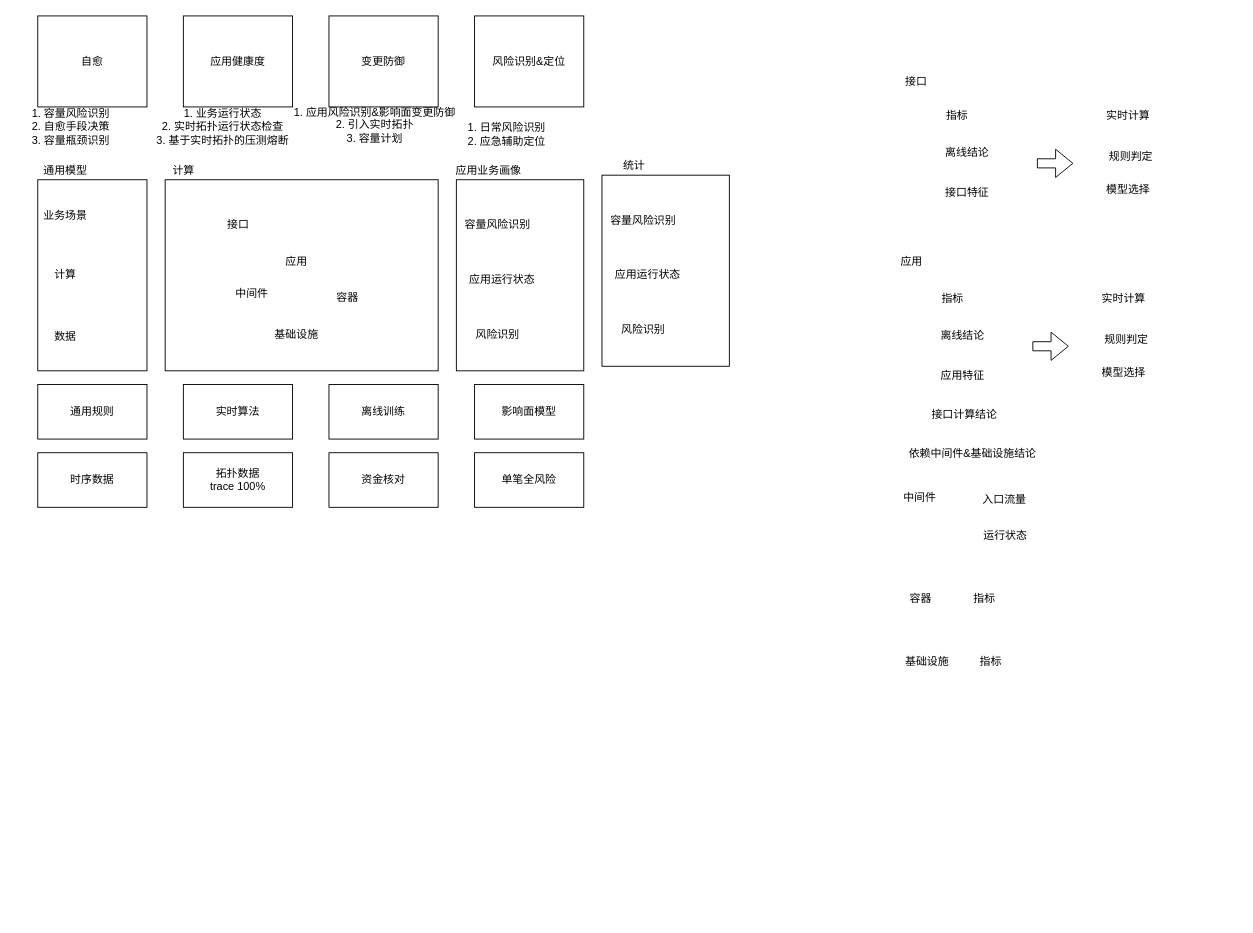
This is 应用画像大图.drawio from frankneu/draw.io, a draw.io file, before an edit. Source tidied: cells renumbered, new cells numbered last; positions are measured from the earlier drawing's top-left corner, leaving out a move shared by most shapes. Both pictures are drawn from the tidied source at 91%, with x=0, y=0 at pixel (25, 15).
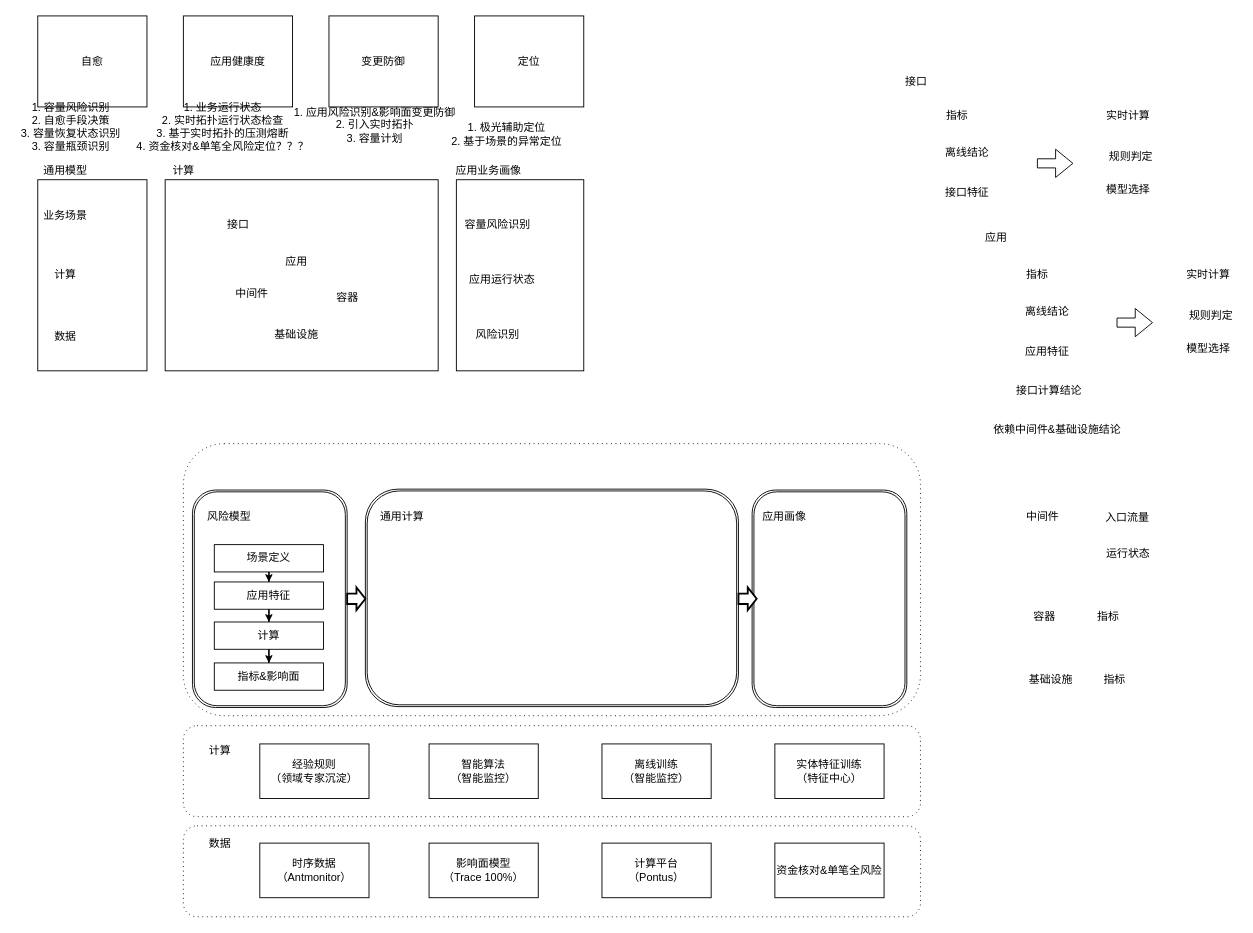
The same page after the edit.

Commit message:
Update 应用画像大图.drawio

Diff of the diagram source:
```diff
@@
+    <mxCell id="65" style="shape=ext;rounded=1;html=1;whiteSpace=wrap;dashed=1;dashPattern=1 4;" parent="1" vertex="1">
+      <mxGeometry x="174" y="470" width="810" height="299" as="geometry" />
+    </mxCell>
+    <mxCell id="66" style="shape=ext;rounded=1;html=1;whiteSpace=wrap;dashed=1;dashPattern=1 4;" parent="1" vertex="1">
+      <mxGeometry x="174" y="780" width="810" height="100" as="geometry" />
+    </mxCell>
+    <mxCell id="67" style="shape=ext;rounded=1;html=1;whiteSpace=wrap;dashed=1;dashPattern=1 4;" parent="1" vertex="1">
+      <mxGeometry x="174" y="890" width="810" height="100" as="geometry" />
+    </mxCell>
-    <mxCell id="2" value="时序数据" style="rounded=0;whiteSpace=wrap;html=1;" parent="1" vertex="1">
-      <mxGeometry x="14" y="480" width="120" height="60" as="geometry" />
+    <mxCell id="2" value="时序数据&lt;br&gt;（Antmonitor）" style="rounded=0;whiteSpace=wrap;html=1;" parent="1" vertex="1">
+      <mxGeometry x="258" y="909" width="120" height="60" as="geometry" />
     </mxCell>
-    <mxCell id="3" value="拓扑数据&lt;br&gt;trace 100%" style="rounded=0;whiteSpace=wrap;html=1;" parent="1" vertex="1">
-      <mxGeometry x="174" y="480" width="120" height="60" as="geometry" />
+    <mxCell id="3" value="影响面模型&lt;br&gt;（Trace 100%）" style="rounded=0;whiteSpace=wrap;html=1;" parent="1" vertex="1">
+      <mxGeometry x="444" y="909" width="120" height="60" as="geometry" />
     </mxCell>
-    <mxCell id="4" value="资金核对" style="rounded=0;whiteSpace=wrap;html=1;" parent="1" vertex="1">
-      <mxGeometry x="334" y="480" width="120" height="60" as="geometry" />
+    <mxCell id="4" value="计算平台&lt;br&gt;（Pontus）" style="rounded=0;whiteSpace=wrap;html=1;" parent="1" vertex="1">
+      <mxGeometry x="634" y="909" width="120" height="60" as="geometry" />
     </mxCell>
-    <mxCell id="5" value="单笔全风险" style="rounded=0;whiteSpace=wrap;html=1;" parent="1" vertex="1">
-      <mxGeometry x="494" y="480" width="120" height="60" as="geometry" />
-    </mxCell>
-    <mxCell id="6" value="通用规则" style="rounded=0;whiteSpace=wrap;html=1;" parent="1" vertex="1">
-      <mxGeometry x="14" y="405" width="120" height="60" as="geometry" />
+    <mxCell id="6" value="经验规则&lt;br&gt;（领域专家沉淀）" style="rounded=0;whiteSpace=wrap;html=1;" parent="1" vertex="1">
+      <mxGeometry x="258" y="800" width="120" height="60" as="geometry" />
     </mxCell>
-    <mxCell id="7" value="实时算法" style="rounded=0;whiteSpace=wrap;html=1;" parent="1" vertex="1">
-      <mxGeometry x="174" y="405" width="120" height="60" as="geometry" />
+    <mxCell id="7" value="智能算法&lt;br&gt;（智能监控）" style="rounded=0;whiteSpace=wrap;html=1;" parent="1" vertex="1">
+      <mxGeometry x="444" y="800" width="120" height="60" as="geometry" />
     </mxCell>
-    <mxCell id="8" value="离线训练" style="rounded=0;whiteSpace=wrap;html=1;" parent="1" vertex="1">
-      <mxGeometry x="334" y="405" width="120" height="60" as="geometry" />
+    <mxCell id="8" value="离线训练&lt;br&gt;（智能监控）" style="rounded=0;whiteSpace=wrap;html=1;" parent="1" vertex="1">
+      <mxGeometry x="634" y="800" width="120" height="60" as="geometry" />
     </mxCell>
-    <mxCell id="9" value="影响面模型" style="rounded=0;whiteSpace=wrap;html=1;" parent="1" vertex="1">
-      <mxGeometry x="494" y="405" width="120" height="60" as="geometry" />
-    </mxCell>
@@
-    <mxCell id="19" value="风险识别&amp;amp;定位" style="rounded=0;whiteSpace=wrap;html=1;" parent="1" vertex="1">
+    <mxCell id="19" value="定位" style="rounded=0;whiteSpace=wrap;html=1;" parent="1" vertex="1">
       <mxGeometry x="494" width="120" height="100" as="geometry" />
     </mxCell>
-    <mxCell id="20" value="1. 容量风险识别&lt;br&gt;2. 自愈手段决策&lt;br&gt;3. 容量瓶颈识别" style="text;html=1;align=center;verticalAlign=middle;" parent="1" vertex="1">
-      <mxGeometry y="97" width="100" height="50" as="geometry" />
+    <mxCell id="20" value="1. 容量风险识别&lt;br&gt;2. 自愈手段决策&lt;br&gt;3. 容量恢复状态识别&lt;br&gt;3. 容量瓶颈识别" style="text;html=1;align=center;verticalAlign=middle;" parent="1" vertex="1">
+      <mxGeometry x="-10" y="92" width="120" height="60" as="geometry" />
     </mxCell>
-    <mxCell id="21" value="1. 日常风险识别&lt;br&gt;2. 应急辅助定位" style="text;html=1;align=center;verticalAlign=middle;" parent="1" vertex="1">
-      <mxGeometry x="479" y="115" width="100" height="30" as="geometry" />
+    <mxCell id="21" value="1. 极光辅助定位&lt;br&gt;2. 基于场景的异常定位" style="text;html=1;align=center;verticalAlign=middle;" parent="1" vertex="1">
+      <mxGeometry x="459" y="115" width="140" height="30" as="geometry" />
     </mxCell>
-    <mxCell id="22" value="1. 业务运行状态&lt;br&gt;2. 实时拓扑运行状态检查&lt;br&gt;3. 基于实时拓扑的压测熔断" style="text;html=1;align=center;verticalAlign=middle;" parent="1" vertex="1">
-      <mxGeometry x="137" y="97" width="160" height="50" as="geometry" />
+    <mxCell id="22" value="1. 业务运行状态&lt;br&gt;2. 实时拓扑运行状态检查&lt;br&gt;3. 基于实时拓扑的压测熔断&lt;br&gt;4. 资金核对&amp;amp;单笔全风险定位？？？" style="text;html=1;align=center;verticalAlign=middle;" parent="1" vertex="1">
+      <mxGeometry x="117" y="92" width="200" height="60" as="geometry" />
     </mxCell>
@@
-    <mxCell id="35" value="统计" style="text;html=1;align=center;verticalAlign=middle;" parent="1" vertex="1">
-      <mxGeometry x="649" y="155" width="40" height="20" as="geometry" />
-    </mxCell>
-    <mxCell id="36" style="rounded=0;whiteSpace=wrap;html=1;" parent="1" vertex="1">
-      <mxGeometry x="634" y="175" width="140" height="210" as="geometry" />
-    </mxCell>
-    <mxCell id="37" value="容量风险识别" style="text;html=1;align=center;verticalAlign=middle;" parent="1" vertex="1">
-      <mxGeometry x="634" y="215" width="90" height="20" as="geometry" />
-    </mxCell>
-    <mxCell id="38" value="应用运行状态" style="text;html=1;align=center;verticalAlign=middle;" parent="1" vertex="1">
-      <mxGeometry x="639" y="275" width="90" height="20" as="geometry" />
-    </mxCell>
-    <mxCell id="39" value="风险识别" style="text;html=1;align=center;verticalAlign=middle;" parent="1" vertex="1">
-      <mxGeometry x="649" y="335" width="60" height="20" as="geometry" />
-    </mxCell>
     <mxCell id="40" value="指标" style="text;html=1;align=center;verticalAlign=middle;" parent="1" vertex="1">
-      <mxGeometry x="999" y="301" width="40" height="20" as="geometry" />
+      <mxGeometry x="1091.5" y="275" width="40" height="20" as="geometry" />
     </mxCell>
     <mxCell id="41" value="离线结论" style="text;html=1;align=center;verticalAlign=middle;" parent="1" vertex="1">
-      <mxGeometry x="1000" y="341" width="60" height="20" as="geometry" />
+      <mxGeometry x="1092.5" y="315" width="60" height="20" as="geometry" />
     </mxCell>
     <mxCell id="42" value="应用特征" style="text;html=1;align=center;verticalAlign=middle;" parent="1" vertex="1">
-      <mxGeometry x="1000" y="385" width="60" height="20" as="geometry" />
+      <mxGeometry x="1092.5" y="359" width="60" height="20" as="geometry" />
     </mxCell>
     <mxCell id="43" value="实时计算" style="text;html=1;align=center;verticalAlign=middle;" parent="1" vertex="1">
-      <mxGeometry x="1177" y="301" width="60" height="20" as="geometry" />
+      <mxGeometry x="1269.5" y="275" width="60" height="20" as="geometry" />
     </mxCell>
     <mxCell id="44" value="规则判定" style="text;html=1;align=center;verticalAlign=middle;" parent="1" vertex="1">
-      <mxGeometry x="1180" y="346" width="60" height="20" as="geometry" />
+      <mxGeometry x="1272.5" y="320" width="60" height="20" as="geometry" />
     </mxCell>
     <mxCell id="45" value="模型选择" style="text;html=1;align=center;verticalAlign=middle;" parent="1" vertex="1">
-      <mxGeometry x="1177" y="382" width="60" height="20" as="geometry" />
+      <mxGeometry x="1269.5" y="356" width="60" height="20" as="geometry" />
     </mxCell>
     <mxCell id="46" style="shape=flexArrow;endArrow=classic;html=1;" parent="1" edge="1">
       <mxGeometry relative="1" as="geometry">
-        <mxPoint x="1107" y="363" as="sourcePoint" />
-        <mxPoint x="1147" y="363" as="targetPoint" />
+        <mxPoint x="1199.5" y="337" as="sourcePoint" />
+        <mxPoint x="1239.5" y="337" as="targetPoint" />
       </mxGeometry>
     </mxCell>
@@
     <mxCell id="55" value="应用" style="text;html=1;align=center;verticalAlign=middle;" parent="1" vertex="1">
-      <mxGeometry x="954" y="260" width="40" height="20" as="geometry" />
+      <mxGeometry x="1046.5" y="234" width="40" height="20" as="geometry" />
     </mxCell>
     <mxCell id="56" value="接口计算结论" style="text;html=1;align=center;verticalAlign=middle;" parent="1" vertex="1">
-      <mxGeometry x="987" y="428" width="90" height="20" as="geometry" />
+      <mxGeometry x="1079.5" y="402" width="90" height="20" as="geometry" />
     </mxCell>
     <mxCell id="57" value="依赖中间件&amp;amp;基础设施结论" style="text;html=1;align=center;verticalAlign=middle;" parent="1" vertex="1">
-      <mxGeometry x="961" y="471" width="160" height="20" as="geometry" />
+      <mxGeometry x="1053.5" y="445" width="160" height="20" as="geometry" />
     </mxCell>
     <mxCell id="58" value="中间件" style="text;html=1;align=center;verticalAlign=middle;" parent="1" vertex="1">
-      <mxGeometry x="957.5" y="520" width="50" height="20" as="geometry" />
+      <mxGeometry x="1093" y="540" width="50" height="20" as="geometry" />
     </mxCell>
     <mxCell id="59" value="入口流量" style="text;html=1;align=center;verticalAlign=middle;" parent="1" vertex="1">
-      <mxGeometry x="1045.5" y="522" width="60" height="20" as="geometry" />
+      <mxGeometry x="1181" y="542" width="60" height="20" as="geometry" />
     </mxCell>
     <mxCell id="60" value="运行状态" style="text;html=1;align=center;verticalAlign=middle;" parent="1" vertex="1">
-      <mxGeometry x="1046.5" y="561" width="60" height="20" as="geometry" />
+      <mxGeometry x="1182" y="581" width="60" height="20" as="geometry" />
     </mxCell>
     <mxCell id="61" value="基础设施" style="text;html=1;align=center;verticalAlign=middle;" parent="1" vertex="1">
-      <mxGeometry x="961" y="700" width="60" height="20" as="geometry" />
+      <mxGeometry x="1096.5" y="720" width="60" height="20" as="geometry" />
     </mxCell>
     <mxCell id="62" value="指标" style="text;html=1;align=center;verticalAlign=middle;" parent="1" vertex="1">
-      <mxGeometry x="1041" y="700" width="40" height="20" as="geometry" />
+      <mxGeometry x="1176.5" y="720" width="40" height="20" as="geometry" />
     </mxCell>
     <mxCell id="63" value="容器" style="text;html=1;align=center;verticalAlign=middle;" parent="1" vertex="1">
-      <mxGeometry x="964" y="630" width="40" height="20" as="geometry" />
+      <mxGeometry x="1099.5" y="650" width="40" height="20" as="geometry" />
     </mxCell>
     <mxCell id="64" value="指标" style="text;html=1;align=center;verticalAlign=middle;" parent="1" vertex="1">
-      <mxGeometry x="1034" y="630" width="40" height="20" as="geometry" />
+      <mxGeometry x="1169.5" y="650" width="40" height="20" as="geometry" />
     </mxCell>
+    <mxCell id="68" value="资金核对&amp;amp;单笔全风险" style="rounded=0;whiteSpace=wrap;html=1;" parent="1" vertex="1">
+      <mxGeometry x="824" y="909" width="120" height="60" as="geometry" />
+    </mxCell>
+    <mxCell id="69" value="数据" style="text;html=1;align=center;verticalAlign=middle;" parent="1" vertex="1">
+      <mxGeometry x="194" y="900" width="40" height="20" as="geometry" />
+    </mxCell>
+    <mxCell id="70" value="计算" style="text;html=1;align=center;verticalAlign=middle;" parent="1" vertex="1">
+      <mxGeometry x="194" y="798" width="40" height="20" as="geometry" />
+    </mxCell>
+    <mxCell id="71" value="实体特征训练&lt;br&gt;（特征中心）" style="rounded=0;whiteSpace=wrap;html=1;" parent="1" vertex="1">
+      <mxGeometry x="824" y="800" width="120" height="60" as="geometry" />
+    </mxCell>
+    <mxCell id="72" style="shape=ext;rounded=1;html=1;whiteSpace=wrap;double=1;" parent="1" vertex="1">
+      <mxGeometry x="184" y="521" width="170" height="239" as="geometry" />
+    </mxCell>
+    <mxCell id="73" style="shape=ext;rounded=1;html=1;whiteSpace=wrap;double=1;" parent="1" vertex="1">
+      <mxGeometry x="374" y="520" width="410" height="239" as="geometry" />
+    </mxCell>
+    <mxCell id="74" style="shape=ext;rounded=1;html=1;whiteSpace=wrap;double=1;" parent="1" vertex="1">
+      <mxGeometry x="799" y="521" width="170" height="239" as="geometry" />
+    </mxCell>
+    <mxCell id="75" value="风险模型" style="text;html=1;align=center;verticalAlign=middle;" parent="1" vertex="1">
+      <mxGeometry x="194" y="540" width="60" height="20" as="geometry" />
+    </mxCell>
+    <mxCell id="76" value="通用计算" style="text;html=1;align=center;verticalAlign=middle;" parent="1" vertex="1">
+      <mxGeometry x="384" y="540" width="60" height="20" as="geometry" />
+    </mxCell>
+    <mxCell id="77" value="应用画像" style="text;html=1;align=center;verticalAlign=middle;" parent="1" vertex="1">
+      <mxGeometry x="804" y="540" width="60" height="20" as="geometry" />
+    </mxCell>
+    <mxCell id="78" style="verticalLabelPosition=bottom;verticalAlign=top;html=1;strokeWidth=2;shape=mxgraph.arrows2.arrow;dy=0.54;dx=9.79;notch=0;" parent="1" vertex="1">
+      <mxGeometry x="354" y="628" width="20" height="25" as="geometry" />
+    </mxCell>
+    <mxCell id="79" style="verticalLabelPosition=bottom;verticalAlign=top;html=1;strokeWidth=2;shape=mxgraph.arrows2.arrow;dy=0.54;dx=9.79;notch=0;" parent="1" vertex="1">
+      <mxGeometry x="784" y="628" width="20" height="25" as="geometry" />
+    </mxCell>
+    <mxCell id="80" style="edgeStyle=orthogonalEdgeStyle;rounded=0;jettySize=auto;html=1;" parent="1" edge="1" source="81" target="83">
+      <mxGeometry relative="1" as="geometry" />
+    </mxCell>
+    <mxCell id="81" value="场景定义" style="rounded=0;whiteSpace=wrap;html=1;" parent="1" vertex="1">
+      <mxGeometry x="208" y="581" width="120" height="30" as="geometry" />
+    </mxCell>
+    <mxCell id="82" style="edgeStyle=orthogonalEdgeStyle;rounded=0;jettySize=auto;html=1;" parent="1" edge="1" source="83" target="85">
+      <mxGeometry relative="1" as="geometry" />
+    </mxCell>
+    <mxCell id="83" value="应用特征" style="rounded=0;whiteSpace=wrap;html=1;" parent="1" vertex="1">
+      <mxGeometry x="208" y="622" width="120" height="30" as="geometry" />
+    </mxCell>
+    <mxCell id="84" style="edgeStyle=orthogonalEdgeStyle;rounded=0;jettySize=auto;html=1;" parent="1" edge="1" source="85" target="86">
+      <mxGeometry relative="1" as="geometry" />
+    </mxCell>
+    <mxCell id="85" value="计算" style="rounded=0;whiteSpace=wrap;html=1;" parent="1" vertex="1">
+      <mxGeometry x="208" y="666" width="120" height="30" as="geometry" />
+    </mxCell>
+    <mxCell id="86" value="指标&amp;amp;影响面" style="rounded=0;whiteSpace=wrap;html=1;" parent="1" vertex="1">
+      <mxGeometry x="208" y="711" width="120" height="30" as="geometry" />
+    </mxCell>
```
